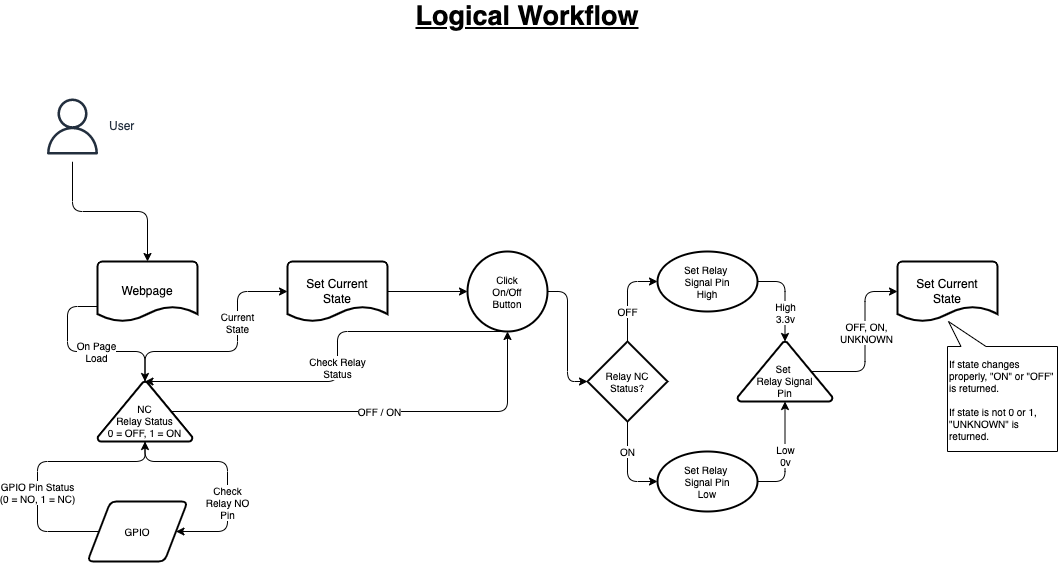
Above: assets/webapp_logic_workflow.png in miarond/RPi_Irrigation_Bypass_Sensor (draw.io), before the change. Source tidied: cells renumbered, new cells last; positions are measured from the earlier drawing's top-left corner, leaving out a move shared by most shapes.
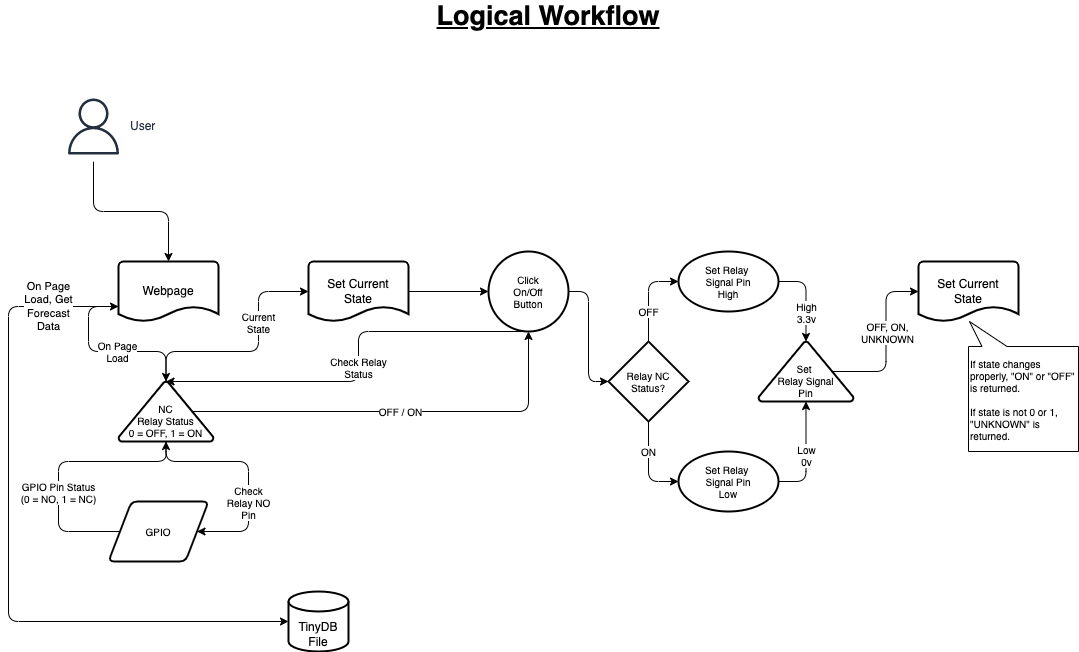
Above is the later version.

Commit message:
Adding forecast DB to logical diagram

What changed in the source:
```diff
@@ -11,6 +11,13 @@
         </Array>
       </mxGeometry>
     </mxCell>
+    <mxCell id="31" value="On Page&lt;br&gt;Load, Get&lt;br&gt;Forecast&lt;br&gt;Data" style="edgeStyle=elbowEdgeStyle;html=1;exitX=0;exitY=0.75;exitDx=0;exitDy=0;exitPerimeter=0;entryX=0;entryY=0.5;entryDx=0;entryDy=0;entryPerimeter=0;startArrow=classic;startFill=1;" parent="1" edge="1" source="3" target="32">
+      <mxGeometry x="-0.8" relative="1" as="geometry">
+        <Array as="points">
+          <mxPoint x="-50" y="470" />
+        </Array>
+      </mxGeometry>
+    </mxCell>
     <mxCell id="3" value="Webpage" style="strokeWidth=2;html=1;shape=mxgraph.flowchart.document2;whiteSpace=wrap;size=0.25;" parent="1" vertex="1">
       <mxGeometry x="60" y="260" width="100" height="60" as="geometry" />
     </mxCell>
@@ -124,5 +131,8 @@
     <mxCell id="30" value="Logical Workflow" style="text;html=1;strokeColor=none;fillColor=none;align=center;verticalAlign=middle;whiteSpace=wrap;rounded=0;fontSize=27;fontStyle=5;" parent="1" vertex="1">
       <mxGeometry x="355" width="270" height="30" as="geometry" />
     </mxCell>
+    <mxCell id="32" value="TinyDB&lt;br&gt;File" style="strokeWidth=2;html=1;shape=mxgraph.flowchart.database;whiteSpace=wrap;verticalAlign=bottom;" parent="1" vertex="1">
+      <mxGeometry x="230" y="590" width="60" height="60" as="geometry" />
+    </mxCell>
   </root>
 </mxGraphModel>
```
